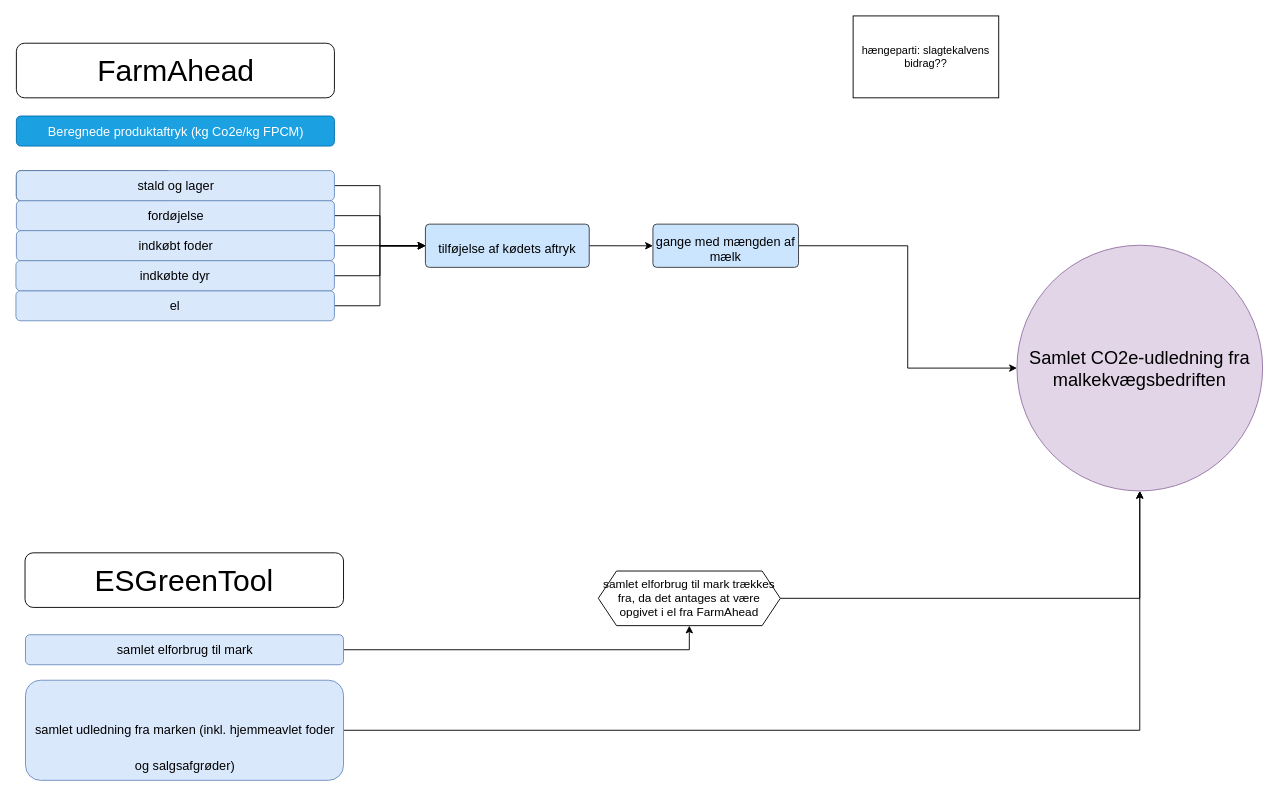
Above: Kvaeg/Bedriftsaftryk_kvaeg.drawio in segesdk/ESGT_formler (draw.io), before the change. Source tidied: cells renumbered, new cells numbered last; positions are measured from the earlier drawing's top-left corner, leaving out a move shared by most shapes. Both pictures are drawn from the tidied source at 91%, with x=0, y=0 at pixel (15, 15).
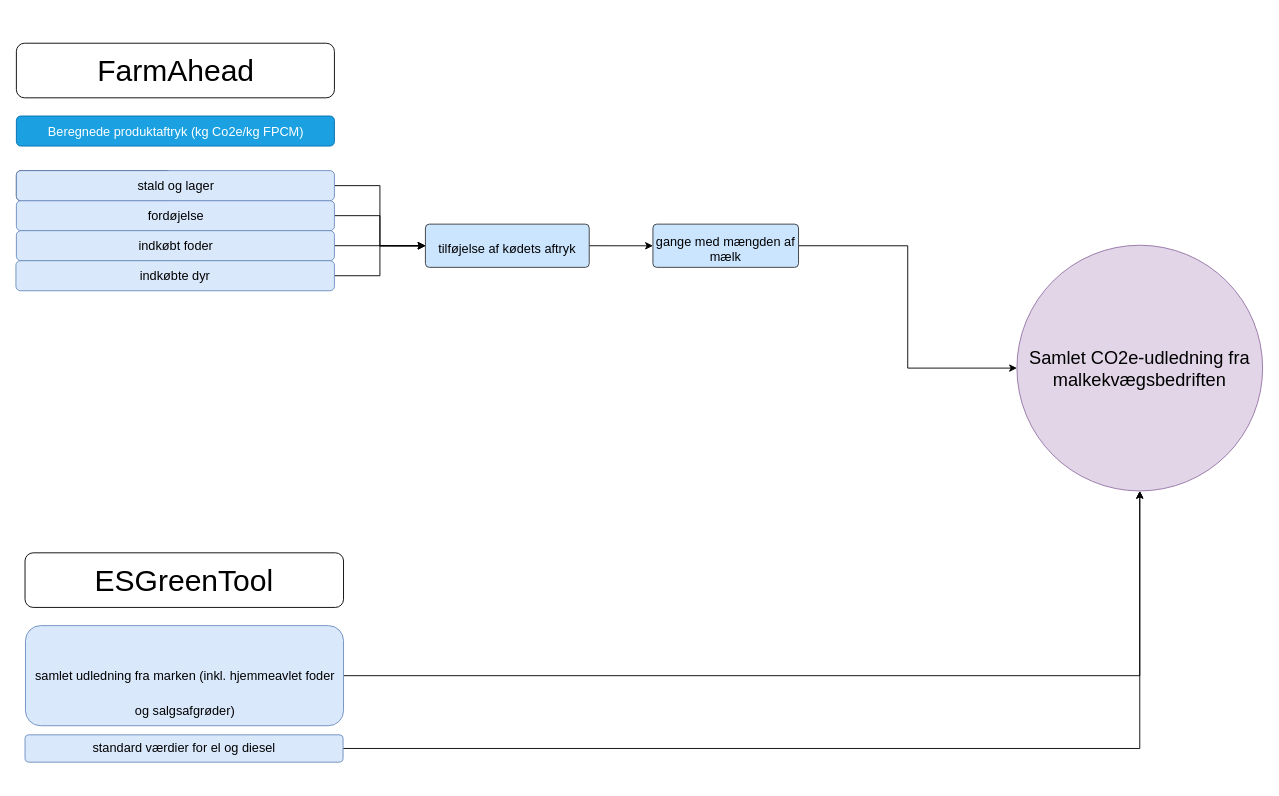
After the change.

The change refers to these unchanged cells:
```xml
<mxCell id="15" value="&lt;br&gt;&lt;span style=&quot;color: rgb(0, 0, 0); font-family: Helvetica; font-style: normal; font-variant-ligatures: normal; font-variant-caps: normal; font-weight: 400; letter-spacing: normal; orphans: 2; text-align: left; text-indent: 0px; text-transform: none; widows: 2; word-spacing: 0px; -webkit-text-stroke-width: 0px; white-space: normal; text-decoration-thickness: initial; text-decoration-style: initial; text-decoration-color: initial; float: none; display: inline !important;&quot;&gt;Samlet CO2e-udledning fra malkekvægsbedriften&lt;/span&gt;&lt;div&gt;&lt;br&gt;&lt;/div&gt;" style="ellipse;whiteSpace=wrap;html=1;fillColor=#e1d5e7;strokeColor=#9673a6;labelBackgroundColor=none;labelBorderColor=none;fontSize=20;" parent="1" vertex="1">
  <mxGeometry x="1100" y="252" width="270" height="270" as="geometry" />
</mxCell>
<mxCell id="21" value="&lt;p style=&quot;line-height: 30%;&quot;&gt;&lt;span style=&quot;font-size: 14px;&quot;&gt;tilføjelse af kødets aftryk&lt;/span&gt;&lt;/p&gt;" style="rounded=1;whiteSpace=wrap;html=1;fontSize=33;fillColor=#cce5ff;strokeColor=#36393d;arcSize=9;align=center;verticalAlign=middle;" parent="1" vertex="1">
  <mxGeometry x="450" y="228.8" width="180" height="47.5" as="geometry" />
</mxCell>
```

Change to the diagram source:
```diff
@@
-    <mxCell id="3" style="edgeStyle=orthogonalEdgeStyle;rounded=0;jettySize=auto;html=1;exitX=1;exitY=0.5;exitDx=0;exitDy=0;entryX=0;entryY=0.5;entryDx=0;entryDy=0;" parent="1" edge="1" source="4" target="21">
-      <mxGeometry relative="1" as="geometry" />
-    </mxCell>
-    <mxCell id="4" value="&lt;font style=&quot;font-size: 14px;&quot;&gt;el&lt;/font&gt;" style="rounded=1;whiteSpace=wrap;html=1;fontSize=33;fillColor=#dae8fc;strokeColor=#6c8ebf;align=center;verticalAlign=bottom;" parent="1" vertex="1">
-      <mxGeometry y="302" width="350" height="33" as="geometry" />
-    </mxCell>
@@
     <mxCell id="19" value="&lt;font style=&quot;font-size: 14px;&quot;&gt;samlet udledning fra marken (inkl. hjemmeavlet foder og salgsafgrøder)&lt;/font&gt;" style="rounded=1;whiteSpace=wrap;html=1;fontSize=33;fillColor=#dae8fc;strokeColor=#6c8ebf;align=center;verticalAlign=bottom;" parent="1" vertex="1">
-      <mxGeometry x="10.5" y="730" width="349.5" height="110" as="geometry" />
+      <mxGeometry x="10.5" y="670" width="349.5" height="110" as="geometry" />
     </mxCell>
@@
-    <mxCell id="24" style="edgeStyle=orthogonalEdgeStyle;rounded=0;jettySize=auto;html=1;exitX=1;exitY=0.5;exitDx=0;exitDy=0;" parent="1" edge="1" source="25" target="27">
-      <mxGeometry relative="1" as="geometry" />
-    </mxCell>
-    <mxCell id="25" value="&lt;font style=&quot;font-size: 14px;&quot;&gt;samlet elforbrug til mark&lt;/font&gt;" style="rounded=1;whiteSpace=wrap;html=1;fontSize=33;fillColor=#dae8fc;strokeColor=#6c8ebf;align=center;verticalAlign=bottom;" parent="1" vertex="1">
-      <mxGeometry x="10.5" y="680" width="349.5" height="33" as="geometry" />
-    </mxCell>
-    <mxCell id="26" style="edgeStyle=orthogonalEdgeStyle;rounded=0;jettySize=auto;html=1;exitX=1;exitY=0.5;exitDx=0;exitDy=0;" parent="1" edge="1" source="27" target="15">
-      <mxGeometry relative="1" as="geometry" />
-    </mxCell>
-    <mxCell id="27" value="&lt;font&gt;samlet elforbrug til mark trækkes fra, da det antages at være opgivet i el fra FarmAhead&lt;/font&gt;" style="shape=hexagon;perimeter=hexagonPerimeter2;whiteSpace=wrap;html=1;fixedSize=1;fontSize=13;" parent="1" vertex="1">
-      <mxGeometry x="640" y="610" width="200" height="60" as="geometry" />
-    </mxCell>
-    <mxCell id="28" value="hængeparti: slagtekalvens bidrag??" style="rounded=0;whiteSpace=wrap;html=1;" parent="1" vertex="1">
-      <mxGeometry x="920" width="160" height="90" as="geometry" />
-    </mxCell>
+    <mxCell id="29" style="edgeStyle=orthogonalEdgeStyle;rounded=0;jettySize=auto;html=1;exitX=1;exitY=0.5;exitDx=0;exitDy=0;" parent="1" edge="1" source="30" target="15">
+      <mxGeometry relative="1" as="geometry" />
+    </mxCell>
+    <mxCell id="30" value="&lt;font style=&quot;font-size: 14px;&quot;&gt;standard værdier for el og diesel&lt;/font&gt;" style="rounded=1;whiteSpace=wrap;html=1;fontSize=33;fillColor=#dae8fc;strokeColor=#6c8ebf;align=center;verticalAlign=bottom;" parent="1" vertex="1">
+      <mxGeometry x="10" y="790" width="349.5" height="30" as="geometry" />
+    </mxCell>
```
